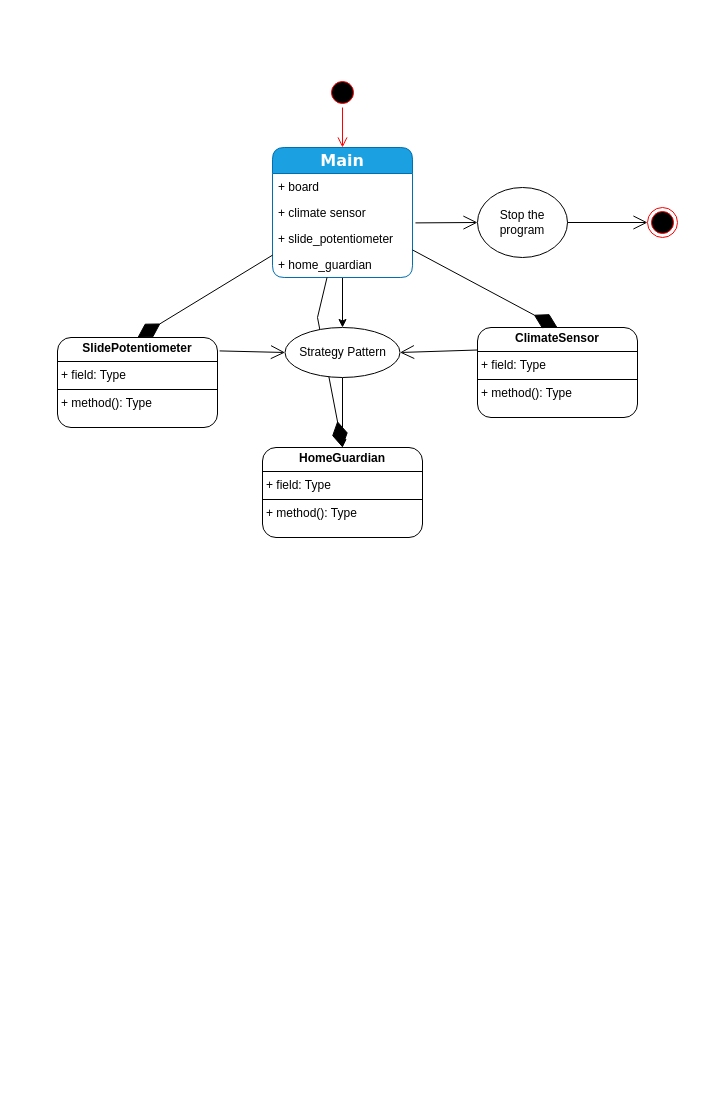
Above: UML.drawio in agajansahatov/home-guardian (draw.io), before the change. Source tidied: cells renumbered, new cells numbered last; positions are measured from the earlier drawing's top-left corner, leaving out a move shared by most shapes. Both pictures are drawn from the tidied source at 100%, with x=0, y=0 at pixel (57, 77).
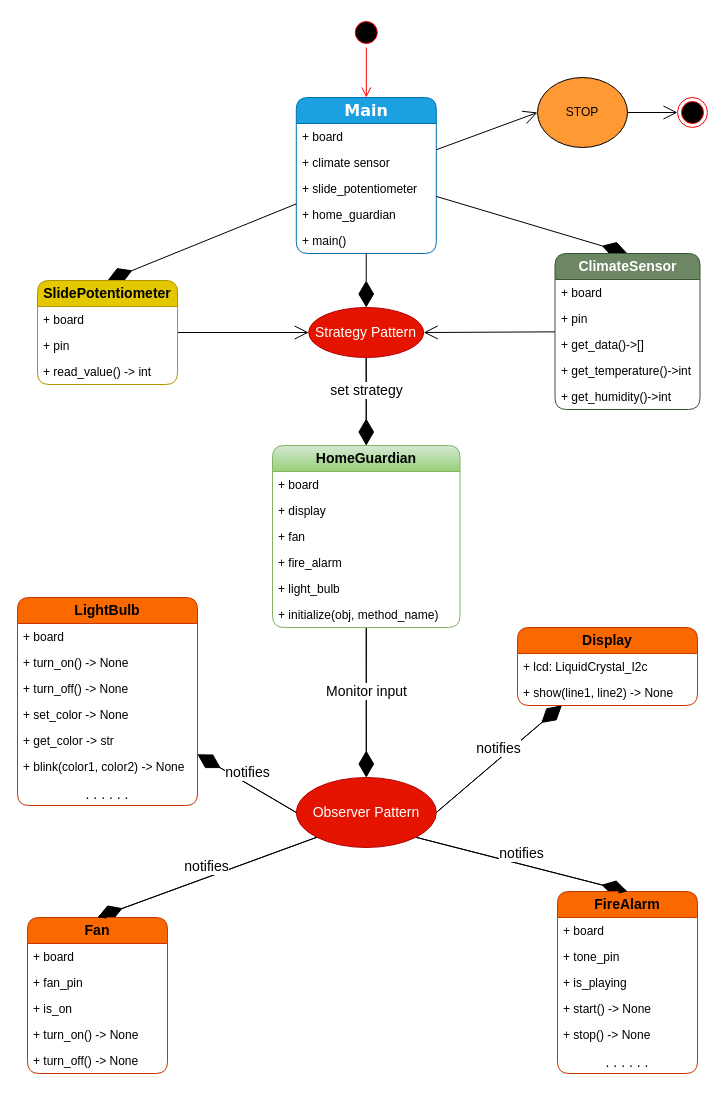
After the change.

Commit message:
Finish UML for in English.drawio

Unchanged cells that the change refers to:
```xml
<mxCell id="7" value="+ climate sensor" style="text;align=left;verticalAlign=top;spacingLeft=4;spacingRight=4;overflow=hidden;points=[[0,0.5],[1,0.5]];portConstraint=eastwest;whiteSpace=wrap;html=1;" parent="5" vertex="1">
  <mxGeometry y="52" width="140" height="26" as="geometry" />
</mxCell>
```

Change to the diagram source:
```diff
@@
+    <mxCell id="24" style="endArrow=diamondThin;endFill=1;endSize=24;html=1;rounded=0;exitX=1;exitY=0.5;exitDx=0;exitDy=0;" parent="1" edge="1" source="29" target="31">
+      <mxGeometry relative="1" as="geometry" />
+    </mxCell>
+    <mxCell id="25" style="endArrow=diamondThin;endFill=1;endSize=24;html=1;rounded=0;exitX=0;exitY=1;exitDx=0;exitDy=0;entryX=0.5;entryY=0;entryDx=0;entryDy=0;" parent="1" edge="1" source="29" target="43">
+      <mxGeometry relative="1" as="geometry" />
+    </mxCell>
+    <mxCell id="26" style="endArrow=diamondThin;endFill=1;endSize=24;html=1;rounded=0;exitX=1;exitY=1;exitDx=0;exitDy=0;entryX=0.5;entryY=0;entryDx=0;entryDy=0;" parent="1" edge="1" source="29" target="50">
+      <mxGeometry relative="1" as="geometry" />
+    </mxCell>
+    <mxCell id="27" style="endArrow=diamondThin;endFill=1;endSize=24;html=1;rounded=0;exitX=0;exitY=0.5;exitDx=0;exitDy=0;" parent="1" edge="1" source="29" target="35">
+      <mxGeometry relative="1" as="geometry" />
+    </mxCell>
     <mxCell id="2" style="ellipse;html=1;shape=startState;fillColor=#000000;strokeColor=#ff0000;" parent="1" vertex="1">
-      <mxGeometry x="270" width="30" height="30" as="geometry" />
+      <mxGeometry x="293.8" y="-60" width="30" height="30" as="geometry" />
     </mxCell>
@@
-    <mxCell id="4" style="edgeStyle=orthogonalEdgeStyle;rounded=0;jettySize=auto;html=1;entryX=0.5;entryY=0;entryDx=0;entryDy=0;" parent="1" edge="1" source="5" target="23">
-      <mxGeometry relative="1" as="geometry" />
-    </mxCell>
     <mxCell id="5" value="&lt;b&gt;&lt;font face=&quot;Verdana&quot; style=&quot;font-size: 16px;&quot;&gt;Main&lt;/font&gt;&lt;/b&gt;" style="swimlane;fontStyle=0;horizontal=1;startSize=26;fillColor=#1ba1e2;whiteSpace=wrap;html=1;strokeColor=#006EAF;fontColor=#ffffff;rounded=1;" parent="1" vertex="1">
-      <mxGeometry x="215" y="70" width="140" height="130" as="geometry" />
+      <mxGeometry x="238.8" y="20" width="140" height="156" as="geometry" />
     </mxCell>
@@
-    <mxCell id="10" style="edgeStyle=orthogonalEdgeStyle;rounded=0;jettySize=auto;html=1;" parent="1" edge="1" source="23" target="19">
-      <mxGeometry relative="1" as="geometry" />
-    </mxCell>
+    <mxCell id="28" value="+ main()" style="text;align=left;verticalAlign=top;spacingLeft=4;spacingRight=4;overflow=hidden;whiteSpace=wrap;html=1;" parent="5" vertex="1">
+      <mxGeometry y="130" width="140" height="26" as="geometry" />
+    </mxCell>
-    <mxCell id="11" value="Stop the program" style="ellipse;whiteSpace=wrap;html=1;" parent="1" vertex="1">
-      <mxGeometry x="420" y="110" width="90" height="70" as="geometry" />
+    <mxCell id="11" value="STOP" style="ellipse;whiteSpace=wrap;html=1;fillColor=#FF9933;" parent="1" vertex="1">
+      <mxGeometry x="480" width="90" height="70" as="geometry" />
     </mxCell>
-    <mxCell id="12" style="endArrow=open;endFill=1;endSize=12;html=1;rounded=0;exitX=1.021;exitY=0.9;exitDx=0;exitDy=0;exitPerimeter=0;entryX=0;entryY=0.5;entryDx=0;entryDy=0;" parent="1" edge="1" source="7" target="11">
+    <mxCell id="12" style="endArrow=open;endFill=1;endSize=12;html=1;rounded=0;entryX=0;entryY=0.5;entryDx=0;entryDy=0;" parent="1" edge="1" source="5" target="11">
       <mxGeometry relative="1" as="geometry" />
     </mxCell>
     <mxCell id="13" style="ellipse;html=1;shape=endState;fillColor=#000000;strokeColor=#ff0000;" parent="1" vertex="1">
-      <mxGeometry x="590" y="130" width="30" height="30" as="geometry" />
+      <mxGeometry x="620" y="20" width="30" height="30" as="geometry" />
     </mxCell>
@@
-    <mxCell id="15" value="&lt;p style=&quot;margin:0px;margin-top:4px;text-align:center;&quot;&gt;&lt;b&gt;ClimateSensor&lt;/b&gt;&lt;/p&gt;&lt;hr size=&quot;1&quot; style=&quot;border-style:solid;&quot;&gt;&lt;p style=&quot;margin:0px;margin-left:4px;&quot;&gt;+ field: Type&lt;/p&gt;&lt;hr size=&quot;1&quot; style=&quot;border-style:solid;&quot;&gt;&lt;p style=&quot;margin:0px;margin-left:4px;&quot;&gt;+ method(): Type&lt;/p&gt;" style="verticalAlign=top;align=left;overflow=fill;html=1;whiteSpace=wrap;rounded=1;glass=0;shadow=0;" parent="1" vertex="1">
-      <mxGeometry x="420" y="250" width="160" height="90" as="geometry" />
-    </mxCell>
-    <mxCell id="16" style="endArrow=diamondThin;endFill=1;endSize=24;html=1;rounded=0;entryX=0.5;entryY=0;entryDx=0;entryDy=0;" parent="1" edge="1" source="5" target="15">
-      <mxGeometry relative="1" as="geometry" />
-    </mxCell>
-    <mxCell id="17" value="&lt;p style=&quot;margin:0px;margin-top:4px;text-align:center;&quot;&gt;&lt;b&gt;SlideP&lt;/b&gt;&lt;b style=&quot;background-color: initial;&quot;&gt;otentiometer&lt;/b&gt;&lt;/p&gt;&lt;hr size=&quot;1&quot; style=&quot;border-style:solid;&quot;&gt;&lt;p style=&quot;margin:0px;margin-left:4px;&quot;&gt;+ field: Type&lt;/p&gt;&lt;hr size=&quot;1&quot; style=&quot;border-style:solid;&quot;&gt;&lt;p style=&quot;margin:0px;margin-left:4px;&quot;&gt;+ method(): Type&lt;/p&gt;" style="verticalAlign=top;align=left;overflow=fill;html=1;whiteSpace=wrap;rounded=1;" parent="1" vertex="1">
-      <mxGeometry y="260" width="160" height="90" as="geometry" />
-    </mxCell>
-    <mxCell id="18" style="endArrow=diamondThin;endFill=1;endSize=24;html=1;rounded=0;entryX=0.5;entryY=0;entryDx=0;entryDy=0;" parent="1" edge="1" source="5" target="17">
-      <mxGeometry relative="1" as="geometry" />
-    </mxCell>
-    <mxCell id="19" value="&lt;p style=&quot;margin:0px;margin-top:4px;text-align:center;&quot;&gt;&lt;b&gt;HomeGuardian&lt;/b&gt;&lt;/p&gt;&lt;hr size=&quot;1&quot; style=&quot;border-style:solid;&quot;&gt;&lt;p style=&quot;margin:0px;margin-left:4px;&quot;&gt;+ field: Type&lt;/p&gt;&lt;hr size=&quot;1&quot; style=&quot;border-style:solid;&quot;&gt;&lt;p style=&quot;margin:0px;margin-left:4px;&quot;&gt;+ method(): Type&lt;/p&gt;" style="verticalAlign=top;align=left;overflow=fill;html=1;whiteSpace=wrap;rounded=1;" parent="1" vertex="1">
-      <mxGeometry x="205" y="370" width="160" height="90" as="geometry" />
-    </mxCell>
-    <mxCell id="20" style="endArrow=open;endFill=1;endSize=12;html=1;rounded=0;exitX=1.013;exitY=0.149;exitDx=0;exitDy=0;entryX=0;entryY=0.5;entryDx=0;entryDy=0;exitPerimeter=0;" parent="1" edge="1" source="17" target="23">
+    <mxCell id="20" style="endArrow=open;endFill=1;endSize=12;html=1;rounded=0;entryX=0;entryY=0.5;entryDx=0;entryDy=0;" parent="1" edge="1" source="64" target="23">
       <mxGeometry relative="1" as="geometry" />
     </mxCell>
-    <mxCell id="21" style="endArrow=open;endFill=1;endSize=12;html=1;rounded=0;exitX=0;exitY=0.25;exitDx=0;exitDy=0;entryX=1;entryY=0.5;entryDx=0;entryDy=0;" parent="1" edge="1" source="15" target="23">
+    <mxCell id="21" style="endArrow=open;endFill=1;endSize=12;html=1;rounded=0;entryX=1;entryY=0.5;entryDx=0;entryDy=0;" parent="1" edge="1" source="75" target="23">
       <mxGeometry relative="1" as="geometry" />
     </mxCell>
-    <mxCell id="22" style="endArrow=diamondThin;endFill=1;endSize=24;html=1;rounded=0;entryX=0.5;entryY=0;entryDx=0;entryDy=0;" parent="1" edge="1" source="5" target="19">
-      <mxGeometry relative="1" as="geometry">
-        <Array as="points">
-          <mxPoint x="260" y="240" />
-        </Array>
-      </mxGeometry>
-    </mxCell>
+    <mxCell id="29" value="&lt;font style=&quot;font-size: 14px;&quot;&gt;Observer Pattern&lt;/font&gt;" style="ellipse;whiteSpace=wrap;html=1;fillColor=#e51400;fontColor=#ffffff;strokeColor=#B20000;" parent="1" vertex="1">
+      <mxGeometry x="238.8" y="700" width="140" height="70" as="geometry" />
+    </mxCell>
+    <mxCell id="30" value="&lt;font style=&quot;font-size: 14px;&quot;&gt;notifies&lt;/font&gt;" style="html=1;verticalAlign=bottom;endArrow=block;curved=0;rounded=0;exitX=1;exitY=0.5;exitDx=0;exitDy=0;" parent="1" edge="1" source="29" target="31">
+      <mxGeometry relative="1" as="geometry" />
+    </mxCell>
+    <mxCell id="31" value="&lt;font style=&quot;font-size: 14px;&quot;&gt;&lt;b&gt;Display&lt;/b&gt;&lt;/font&gt;" style="swimlane;fontStyle=0;horizontal=1;startSize=26;fillColor=#fa6800;whiteSpace=wrap;html=1;rounded=1;fontColor=#000000;strokeColor=#C73500;" parent="1" vertex="1">
+      <mxGeometry x="460" y="550" width="180" height="78" as="geometry" />
+    </mxCell>
+    <mxCell id="32" value="+ lcd: LiquidCrystal_I2c" style="text;strokeColor=none;fillColor=none;align=left;verticalAlign=top;spacingLeft=4;spacingRight=4;overflow=hidden;whiteSpace=wrap;html=1;" parent="31" vertex="1">
+      <mxGeometry y="26" width="180" height="26" as="geometry" />
+    </mxCell>
+    <mxCell id="33" value="+ show(line1, line2) -&amp;gt; None" style="text;strokeColor=none;fillColor=none;align=left;verticalAlign=top;spacingLeft=4;spacingRight=4;overflow=hidden;whiteSpace=wrap;html=1;" parent="31" vertex="1">
+      <mxGeometry y="52" width="180" height="26" as="geometry" />
+    </mxCell>
+    <mxCell id="34" value="&lt;font style=&quot;font-size: 14px;&quot;&gt;notifies&lt;/font&gt;" style="html=1;verticalAlign=bottom;endArrow=block;curved=0;rounded=0;exitX=0;exitY=0.5;exitDx=0;exitDy=0;" parent="1" edge="1" source="29" target="35">
+      <mxGeometry relative="1" as="geometry" />
+    </mxCell>
+    <mxCell id="35" value="&lt;b&gt;&lt;font style=&quot;font-size: 14px;&quot;&gt;LightBulb&lt;/font&gt;&lt;/b&gt;" style="swimlane;fontStyle=0;horizontal=1;startSize=26;fillColor=#fa6800;whiteSpace=wrap;html=1;rounded=1;fontColor=#000000;strokeColor=#C73500;" parent="1" vertex="1">
+      <mxGeometry x="-40" y="520" width="180" height="208" as="geometry" />
+    </mxCell>
+    <mxCell id="36" value="+ board" style="text;strokeColor=none;fillColor=none;align=left;verticalAlign=top;spacingLeft=4;spacingRight=4;overflow=hidden;whiteSpace=wrap;html=1;" parent="35" vertex="1">
+      <mxGeometry y="26" width="180" height="26" as="geometry" />
+    </mxCell>
+    <mxCell id="37" value="+ turn_on() -&amp;gt; None" style="text;strokeColor=none;fillColor=none;align=left;verticalAlign=top;spacingLeft=4;spacingRight=4;overflow=hidden;whiteSpace=wrap;html=1;" parent="35" vertex="1">
+      <mxGeometry y="52" width="180" height="26" as="geometry" />
+    </mxCell>
+    <mxCell id="38" value="+ turn_off() -&amp;gt; None" style="text;strokeColor=none;fillColor=none;align=left;verticalAlign=top;spacingLeft=4;spacingRight=4;overflow=hidden;whiteSpace=wrap;html=1;" parent="35" vertex="1">
+      <mxGeometry y="78" width="180" height="26" as="geometry" />
+    </mxCell>
+    <mxCell id="39" value="+ set_color -&amp;gt; None" style="text;strokeColor=none;fillColor=none;align=left;verticalAlign=top;spacingLeft=4;spacingRight=4;overflow=hidden;whiteSpace=wrap;html=1;" parent="35" vertex="1">
+      <mxGeometry y="104" width="180" height="26" as="geometry" />
+    </mxCell>
+    <mxCell id="40" value="+ get_color -&amp;gt; str" style="text;strokeColor=none;fillColor=none;align=left;verticalAlign=top;spacingLeft=4;spacingRight=4;overflow=hidden;whiteSpace=wrap;html=1;" parent="35" vertex="1">
+      <mxGeometry y="130" width="180" height="26" as="geometry" />
+    </mxCell>
+    <mxCell id="41" value="+ blink(color1, color2) -&amp;gt; None" style="text;strokeColor=none;fillColor=none;align=left;verticalAlign=top;spacingLeft=4;spacingRight=4;overflow=hidden;whiteSpace=wrap;html=1;" parent="35" vertex="1">
+      <mxGeometry y="156" width="180" height="26" as="geometry" />
+    </mxCell>
+    <mxCell id="42" value="&lt;font style=&quot;font-size: 14px;&quot;&gt;. . . . . .&lt;/font&gt;" style="text;strokeColor=none;fillColor=none;align=center;verticalAlign=top;spacingLeft=4;spacingRight=4;overflow=hidden;whiteSpace=wrap;html=1;" parent="35" vertex="1">
+      <mxGeometry y="182" width="180" height="26" as="geometry" />
+    </mxCell>
+    <mxCell id="43" value="&lt;font style=&quot;font-size: 14px;&quot;&gt;&lt;b&gt;Fan&lt;/b&gt;&lt;/font&gt;" style="swimlane;fontStyle=0;horizontal=1;startSize=26;fillColor=#fa6800;whiteSpace=wrap;html=1;rounded=1;fontColor=#000000;strokeColor=#C73500;" parent="1" vertex="1">
+      <mxGeometry x="-30" y="840" width="140" height="156" as="geometry" />
+    </mxCell>
+    <mxCell id="44" value="+ board" style="text;strokeColor=none;fillColor=none;align=left;verticalAlign=top;spacingLeft=4;spacingRight=4;overflow=hidden;whiteSpace=wrap;html=1;" parent="43" vertex="1">
+      <mxGeometry y="26" width="140" height="26" as="geometry" />
+    </mxCell>
+    <mxCell id="45" value="+ fan_pin" style="text;strokeColor=none;fillColor=none;align=left;verticalAlign=top;spacingLeft=4;spacingRight=4;overflow=hidden;whiteSpace=wrap;html=1;" parent="43" vertex="1">
+      <mxGeometry y="52" width="140" height="26" as="geometry" />
+    </mxCell>
+    <mxCell id="46" value="+ is_on" style="text;strokeColor=none;fillColor=none;align=left;verticalAlign=top;spacingLeft=4;spacingRight=4;overflow=hidden;whiteSpace=wrap;html=1;" parent="43" vertex="1">
+      <mxGeometry y="78" width="140" height="26" as="geometry" />
+    </mxCell>
+    <mxCell id="47" value="+ turn_on() -&amp;gt; None" style="text;strokeColor=none;fillColor=none;align=left;verticalAlign=top;spacingLeft=4;spacingRight=4;overflow=hidden;whiteSpace=wrap;html=1;" parent="43" vertex="1">
+      <mxGeometry y="104" width="140" height="26" as="geometry" />
+    </mxCell>
+    <mxCell id="48" value="+ turn_off() -&amp;gt; None" style="text;strokeColor=none;fillColor=none;align=left;verticalAlign=top;spacingLeft=4;spacingRight=4;overflow=hidden;whiteSpace=wrap;html=1;" parent="43" vertex="1">
+      <mxGeometry y="130" width="140" height="26" as="geometry" />
+    </mxCell>
+    <mxCell id="49" value="&lt;font style=&quot;font-size: 14px;&quot;&gt;notifies&lt;/font&gt;" style="html=1;verticalAlign=bottom;endArrow=block;curved=0;rounded=0;exitX=0;exitY=1;exitDx=0;exitDy=0;entryX=0.5;entryY=0;entryDx=0;entryDy=0;" parent="1" edge="1" source="29" target="43">
+      <mxGeometry relative="1" as="geometry" />
+    </mxCell>
+    <mxCell id="50" value="&lt;b&gt;&lt;font style=&quot;font-size: 14px;&quot;&gt;FireAlarm&lt;/font&gt;&lt;/b&gt;" style="swimlane;fontStyle=0;horizontal=1;startSize=26;fillColor=#fa6800;whiteSpace=wrap;html=1;rounded=1;fontColor=#000000;strokeColor=#C73500;" parent="1" vertex="1">
+      <mxGeometry x="500" y="814" width="140" height="182" as="geometry" />
+    </mxCell>
+    <mxCell id="51" value="+ board" style="text;strokeColor=none;fillColor=none;align=left;verticalAlign=top;spacingLeft=4;spacingRight=4;overflow=hidden;whiteSpace=wrap;html=1;" parent="50" vertex="1">
+      <mxGeometry y="26" width="140" height="26" as="geometry" />
+    </mxCell>
+    <mxCell id="52" value="+ tone_pin" style="text;strokeColor=none;fillColor=none;align=left;verticalAlign=top;spacingLeft=4;spacingRight=4;overflow=hidden;whiteSpace=wrap;html=1;" parent="50" vertex="1">
+      <mxGeometry y="52" width="140" height="26" as="geometry" />
+    </mxCell>
+    <mxCell id="53" value="+ is_playing" style="text;strokeColor=none;fillColor=none;align=left;verticalAlign=top;spacingLeft=4;spacingRight=4;overflow=hidden;whiteSpace=wrap;html=1;" parent="50" vertex="1">
+      <mxGeometry y="78" width="140" height="26" as="geometry" />
+    </mxCell>
+    <mxCell id="54" value="+ start() -&amp;gt; None" style="text;strokeColor=none;fillColor=none;align=left;verticalAlign=top;spacingLeft=4;spacingRight=4;overflow=hidden;whiteSpace=wrap;html=1;" parent="50" vertex="1">
+      <mxGeometry y="104" width="140" height="26" as="geometry" />
+    </mxCell>
+    <mxCell id="55" value="+ stop() -&amp;gt; None" style="text;strokeColor=none;fillColor=none;align=left;verticalAlign=top;spacingLeft=4;spacingRight=4;overflow=hidden;whiteSpace=wrap;html=1;" parent="50" vertex="1">
+      <mxGeometry y="130" width="140" height="26" as="geometry" />
+    </mxCell>
+    <mxCell id="56" value="&lt;font style=&quot;font-size: 14px;&quot;&gt;. . . . . .&lt;/font&gt;" style="text;strokeColor=none;fillColor=none;align=center;verticalAlign=top;spacingLeft=4;spacingRight=4;overflow=hidden;whiteSpace=wrap;html=1;" parent="50" vertex="1">
+      <mxGeometry y="156" width="140" height="26" as="geometry" />
+    </mxCell>
+    <mxCell id="57" value="&lt;font style=&quot;font-size: 14px;&quot;&gt;notifies&lt;/font&gt;" style="html=1;verticalAlign=bottom;endArrow=block;curved=0;rounded=0;exitX=1;exitY=1;exitDx=0;exitDy=0;entryX=0.5;entryY=0;entryDx=0;entryDy=0;" parent="1" edge="1" source="29" target="50">
+      <mxGeometry relative="1" as="geometry" />
+    </mxCell>
+    <mxCell id="58" style="endArrow=diamondThin;endFill=1;endSize=24;html=1;rounded=0;entryX=0.5;entryY=0;entryDx=0;entryDy=0;" parent="1" edge="1" source="68" target="29">
+      <mxGeometry relative="1" as="geometry" />
+    </mxCell>
+    <mxCell id="59" style="endArrow=diamondThin;endFill=1;endSize=24;html=1;rounded=0;entryX=0.5;entryY=0;entryDx=0;entryDy=0;" parent="1" edge="1" source="23" target="68">
+      <mxGeometry relative="1" as="geometry" />
+    </mxCell>
+    <mxCell id="60" style="endArrow=diamondThin;endFill=1;endSize=24;html=1;rounded=0;entryX=0.5;entryY=0;entryDx=0;entryDy=0;" parent="1" edge="1" source="5" target="64">
+      <mxGeometry relative="1" as="geometry" />
+    </mxCell>
+    <mxCell id="61" style="endArrow=diamondThin;endFill=1;endSize=24;html=1;rounded=0;entryX=0.5;entryY=0;entryDx=0;entryDy=0;" parent="1" edge="1" source="5" target="75">
+      <mxGeometry relative="1" as="geometry" />
+    </mxCell>
+    <mxCell id="62" value="&lt;font style=&quot;font-size: 14px;&quot;&gt;set strategy&lt;/font&gt;" style="html=1;verticalAlign=bottom;endArrow=block;curved=0;rounded=0;exitX=0.5;exitY=1;exitDx=0;exitDy=0;entryX=0.5;entryY=0;entryDx=0;entryDy=0;" parent="1" edge="1" source="23" target="68">
+      <mxGeometry relative="1" as="geometry" />
+    </mxCell>
+    <mxCell id="63" value="&lt;font style=&quot;font-size: 14px;&quot;&gt;Monitor input&lt;/font&gt;" style="html=1;verticalAlign=bottom;endArrow=block;curved=0;rounded=0;entryX=0.5;entryY=0;entryDx=0;entryDy=0;" parent="1" edge="1" source="68" target="29">
+      <mxGeometry relative="1" as="geometry" />
+    </mxCell>
+    <mxCell id="64" value="&lt;b&gt;&lt;font style=&quot;font-size: 14px;&quot;&gt;SlidePotentiometer&lt;/font&gt;&lt;/b&gt;" style="swimlane;fontStyle=0;horizontal=1;startSize=26;fillColor=#e3c800;whiteSpace=wrap;html=1;rounded=1;fontColor=#000000;strokeColor=#B09500;" parent="1" vertex="1">
+      <mxGeometry x="-20" y="203" width="140" height="104" as="geometry" />
+    </mxCell>
+    <mxCell id="65" value="+ board" style="text;strokeColor=none;fillColor=none;align=left;verticalAlign=top;spacingLeft=4;spacingRight=4;overflow=hidden;whiteSpace=wrap;html=1;" parent="64" vertex="1">
+      <mxGeometry y="26" width="140" height="26" as="geometry" />
+    </mxCell>
+    <mxCell id="66" value="+ pin" style="text;strokeColor=none;fillColor=none;align=left;verticalAlign=top;spacingLeft=4;spacingRight=4;overflow=hidden;whiteSpace=wrap;html=1;" parent="64" vertex="1">
+      <mxGeometry y="52" width="140" height="26" as="geometry" />
+    </mxCell>
+    <mxCell id="67" value="+ read_value() -&amp;gt; int" style="text;strokeColor=none;fillColor=none;align=left;verticalAlign=top;spacingLeft=4;spacingRight=4;overflow=hidden;whiteSpace=wrap;html=1;" parent="64" vertex="1">
+      <mxGeometry y="78" width="140" height="26" as="geometry" />
+    </mxCell>
+    <mxCell id="68" value="&lt;b&gt;&lt;font style=&quot;font-size: 14px;&quot;&gt;HomeGuardian&lt;/font&gt;&lt;/b&gt;" style="swimlane;fontStyle=0;horizontal=1;startSize=26;fillColor=#d5e8d4;whiteSpace=wrap;html=1;rounded=1;strokeColor=#82b366;gradientColor=#97d077;" parent="1" vertex="1">
+      <mxGeometry x="215" y="368" width="187.5" height="182" as="geometry" />
+    </mxCell>
+    <mxCell id="69" value="+ board" style="text;strokeColor=none;fillColor=none;align=left;verticalAlign=top;spacingLeft=4;spacingRight=4;overflow=hidden;whiteSpace=wrap;html=1;" parent="68" vertex="1">
+      <mxGeometry y="26" width="187.5" height="26" as="geometry" />
+    </mxCell>
+    <mxCell id="70" value="+ display" style="text;strokeColor=none;fillColor=none;align=left;verticalAlign=top;spacingLeft=4;spacingRight=4;overflow=hidden;whiteSpace=wrap;html=1;" parent="68" vertex="1">
+      <mxGeometry y="52" width="187.5" height="26" as="geometry" />
+    </mxCell>
+    <mxCell id="71" value="+ fan" style="text;strokeColor=none;fillColor=none;align=left;verticalAlign=top;spacingLeft=4;spacingRight=4;overflow=hidden;whiteSpace=wrap;html=1;" parent="68" vertex="1">
+      <mxGeometry y="78" width="187.5" height="26" as="geometry" />
+    </mxCell>
+    <mxCell id="72" value="+ fire_alarm" style="text;strokeColor=none;fillColor=none;align=left;verticalAlign=top;spacingLeft=4;spacingRight=4;overflow=hidden;whiteSpace=wrap;html=1;" parent="68" vertex="1">
+      <mxGeometry y="104" width="187.5" height="26" as="geometry" />
+    </mxCell>
+    <mxCell id="73" value="+ light_bulb" style="text;strokeColor=none;fillColor=none;align=left;verticalAlign=top;spacingLeft=4;spacingRight=4;overflow=hidden;whiteSpace=wrap;html=1;" parent="68" vertex="1">
+      <mxGeometry y="130" width="187.5" height="26" as="geometry" />
+    </mxCell>
+    <mxCell id="74" value="+ initialize(obj, method_name)" style="text;strokeColor=none;fillColor=none;align=left;verticalAlign=top;spacingLeft=4;spacingRight=4;overflow=hidden;whiteSpace=wrap;html=1;" parent="68" vertex="1">
+      <mxGeometry y="156" width="187.5" height="26" as="geometry" />
+    </mxCell>
+    <mxCell id="75" value="&lt;b&gt;&lt;font style=&quot;font-size: 14px;&quot;&gt;ClimateSensor&lt;/font&gt;&lt;/b&gt;" style="swimlane;fontStyle=0;horizontal=1;startSize=26;fillColor=#6d8764;whiteSpace=wrap;html=1;rounded=1;fontColor=#ffffff;strokeColor=#3A5431;" parent="1" vertex="1">
+      <mxGeometry x="497.5" y="176" width="145" height="156" as="geometry" />
+    </mxCell>
+    <mxCell id="76" value="+ board" style="text;strokeColor=none;fillColor=none;align=left;verticalAlign=top;spacingLeft=4;spacingRight=4;overflow=hidden;whiteSpace=wrap;html=1;" parent="75" vertex="1">
+      <mxGeometry y="26" width="145" height="26" as="geometry" />
+    </mxCell>
+    <mxCell id="77" value="+ pin" style="text;strokeColor=none;fillColor=none;align=left;verticalAlign=top;spacingLeft=4;spacingRight=4;overflow=hidden;whiteSpace=wrap;html=1;" parent="75" vertex="1">
+      <mxGeometry y="52" width="145" height="26" as="geometry" />
+    </mxCell>
+    <mxCell id="78" value="+ get_data()-&amp;gt;[]" style="text;strokeColor=none;fillColor=none;align=left;verticalAlign=top;spacingLeft=4;spacingRight=4;overflow=hidden;whiteSpace=wrap;html=1;" parent="75" vertex="1">
+      <mxGeometry y="78" width="145" height="26" as="geometry" />
+    </mxCell>
+    <mxCell id="79" value="+ get_temperature()-&amp;gt;int" style="text;strokeColor=none;fillColor=none;align=left;verticalAlign=top;spacingLeft=4;spacingRight=4;overflow=hidden;whiteSpace=wrap;html=1;" parent="75" vertex="1">
+      <mxGeometry y="104" width="145" height="26" as="geometry" />
+    </mxCell>
+    <mxCell id="80" value="+ get_humidity()-&amp;gt;int" style="text;strokeColor=none;fillColor=none;align=left;verticalAlign=top;spacingLeft=4;spacingRight=4;overflow=hidden;whiteSpace=wrap;html=1;" parent="75" vertex="1">
+      <mxGeometry y="130" width="145" height="26" as="geometry" />
+    </mxCell>
+    <mxCell id="4" style="endArrow=diamondThin;endFill=1;endSize=24;html=1;rounded=0;entryX=0.5;entryY=0;entryDx=0;entryDy=0;" parent="1" edge="1" source="5" target="23">
+      <mxGeometry relative="1" as="geometry" />
+    </mxCell>
-    <mxCell id="23" value="Strategy Pattern" style="ellipse;whiteSpace=wrap;html=1;" parent="1" vertex="1">
-      <mxGeometry x="227.5" y="250" width="115" height="50" as="geometry" />
+    <mxCell id="23" value="&lt;font style=&quot;font-size: 14px;&quot;&gt;Strategy Pattern&lt;/font&gt;" style="ellipse;whiteSpace=wrap;html=1;fillColor=#e51400;fontColor=#ffffff;strokeColor=#B20000;" parent="1" vertex="1">
+      <mxGeometry x="251.2" y="230" width="115" height="50" as="geometry" />
     </mxCell>
```
